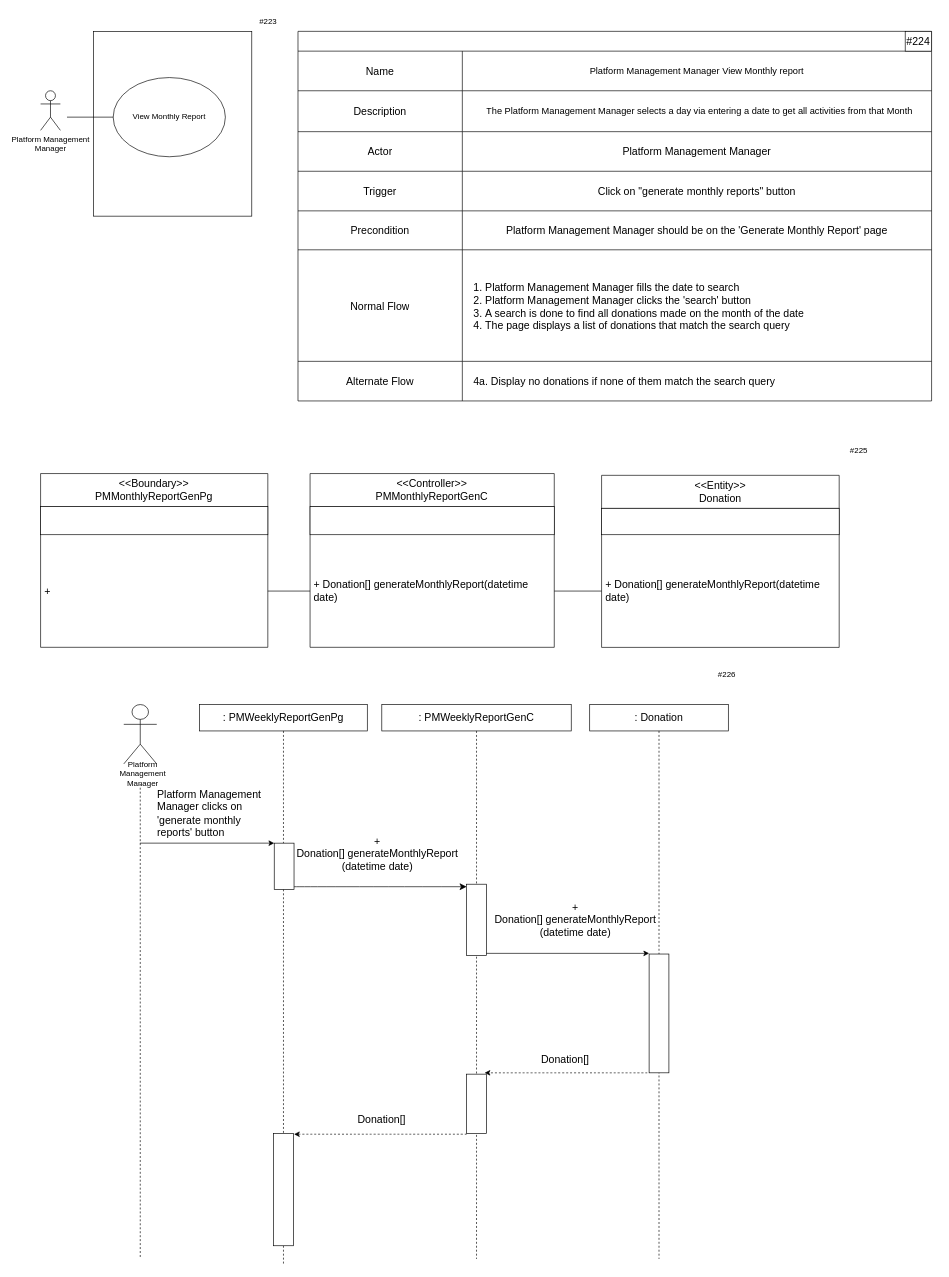
Earlier version of the draw.io diagram page "User Story #57" (8 of 10) of Diagrams/Project_Management_Diagrams.drawio (allanchia1-stack/brain-boost). Source tidied: cells renumbered, new cells numbered last; positions are measured from the earlier drawing's top-left corner, leaving out a move shared by most shapes. Both pictures are drawn from the tidied source at 66%, with x=0, y=0 at pixel (40, 11).
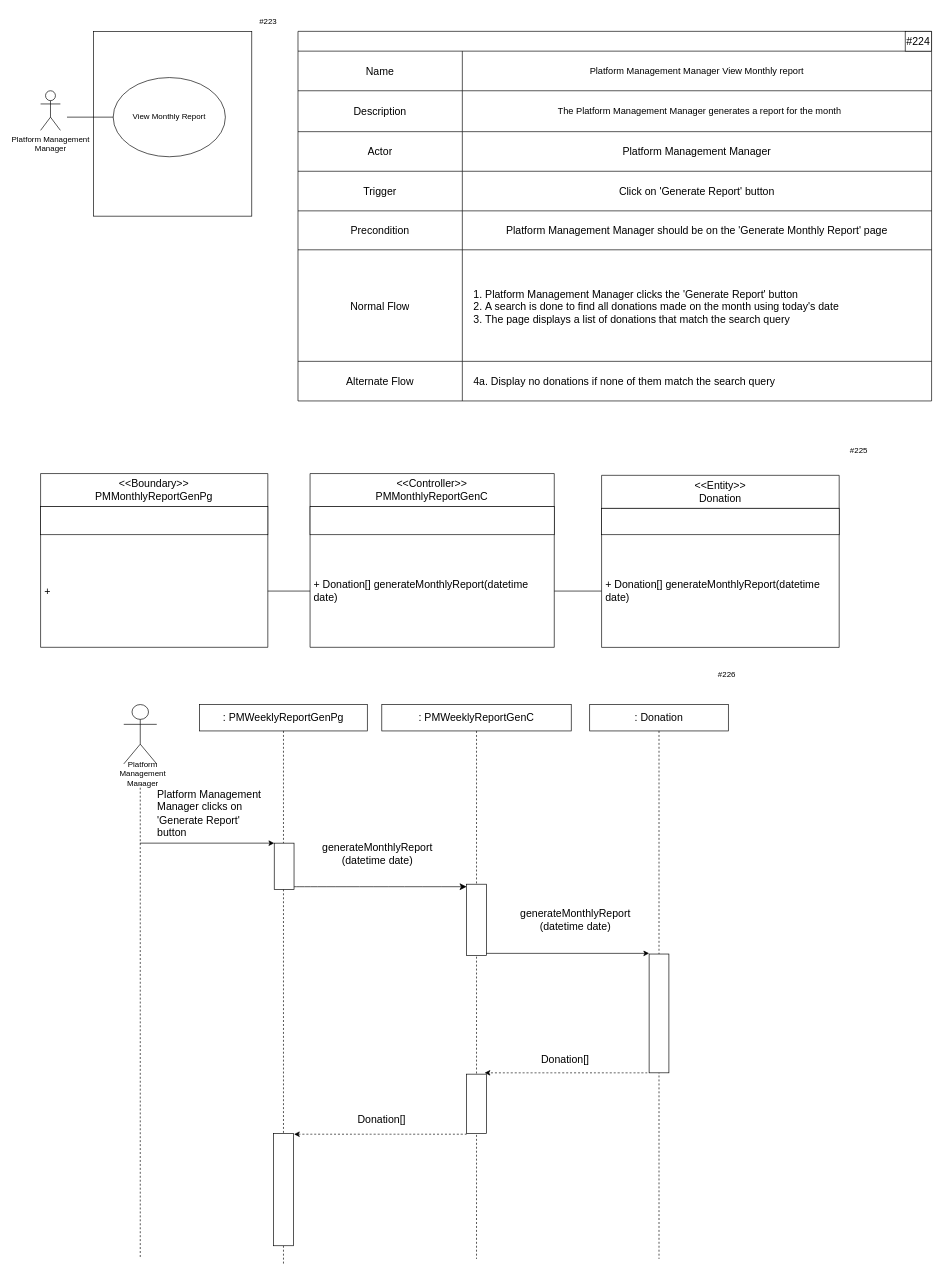
The same page after the edit.

The change refers to these unchanged cells:
```xml
<mxCell id="12" style="shape=tableRow;horizontal=0;startSize=0;swimlaneHead=0;swimlaneBody=0;strokeColor=inherit;top=0;left=0;bottom=0;right=0;fillColor=none;fontSize=16;spacingLeft=3;" parent="8" vertex="1">
  <mxGeometry y="90" width="960" height="62" as="geometry" />
</mxCell>
<mxCell id="18" style="shape=tableRow;horizontal=0;startSize=0;swimlaneHead=0;swimlaneBody=0;strokeColor=inherit;top=0;left=0;bottom=0;right=0;fillColor=none;fontSize=16;" parent="8" vertex="1">
  <mxGeometry y="212" width="960" height="60" as="geometry" />
</mxCell>
<mxCell id="24" style="shape=tableRow;horizontal=0;startSize=0;swimlaneHead=0;swimlaneBody=0;strokeColor=inherit;top=0;left=0;bottom=0;right=0;fillColor=none;fontSize=14;spacing=0;" parent="8" vertex="1">
  <mxGeometry y="331" width="960" height="169" as="geometry" />
</mxCell>
```

Diff of the diagram source:
```diff
@@
-    <mxCell id="14" value="&lt;div class=&quot;us-data&quot; style=&quot;text-align: left; box-sizing: border-box; margin: 0px; padding: 0px; border: 0px; font-variant-numeric: inherit; font-variant-east-asian: inherit; font-variant-alternates: inherit; font-variant-position: inherit; font-variant-emoji: inherit; font-stretch: inherit; line-height: inherit; font-optical-sizing: inherit; font-size-adjust: inherit; font-kerning: inherit; font-feature-settings: inherit; font-variation-settings: inherit; font-language-override: inherit; vertical-align: baseline; align-items: center; display: flex;&quot;&gt;&lt;font style=&quot;text-align: center;&quot;&gt;&lt;span style=&quot;font-family: Ubuntu-Regular, Arial, Helvetica, sans-serif; text-align: left;&quot;&gt;The&amp;nbsp;&lt;/span&gt;&lt;span style=&quot;white-space: nowrap;&quot;&gt;Platform Management Manager&lt;/span&gt;&lt;span style=&quot;font-family: Ubuntu-Regular, Arial, Helvetica, sans-serif; text-align: left;&quot;&gt;&amp;nbsp;selects a day via entering a date to get all activities from that Month&lt;/span&gt;&lt;/font&gt;&lt;p style=&quot;font-family: Ubuntu-Regular, Arial, Helvetica, sans-serif;&quot;&gt;&lt;/p&gt;&lt;p class=&quot;status-value&quot; style=&quot;font-family: inherit; color: rgb(0, 0, 0); box-sizing: border-box; margin: 0.25em 0px 0px auto; padding: 0px; border: 0px; font-style: inherit; font-variant: inherit; font-weight: inherit; font-stretch: inherit; line-height: 1.5; font-optical-sizing: inherit; font-size-adjust: inherit; font-kerning: inherit; font-feature-settings: inherit; font-variation-settings: inherit; font-language-override: inherit; vertical-align: baseline; text-transform: uppercase; width: fit-content;&quot;&gt;&lt;/p&gt;&lt;/div&gt;" style="shape=partialRectangle;html=1;whiteSpace=wrap;strokeColor=inherit;overflow=hidden;fillColor=none;top=0;left=0;bottom=0;right=0;fontSize=14;align=center;spacingLeft=8;" parent="12" vertex="1">
+    <mxCell id="14" value="&lt;div class=&quot;us-data&quot; style=&quot;text-align: left; box-sizing: border-box; margin: 0px; padding: 0px; border: 0px; font-variant-numeric: inherit; font-variant-east-asian: inherit; font-variant-alternates: inherit; font-variant-position: inherit; font-variant-emoji: inherit; font-stretch: inherit; line-height: inherit; font-optical-sizing: inherit; font-size-adjust: inherit; font-kerning: inherit; font-feature-settings: inherit; font-variation-settings: inherit; font-language-override: inherit; vertical-align: baseline; align-items: center; display: flex;&quot;&gt;&lt;font style=&quot;text-align: center;&quot;&gt;&lt;span style=&quot;font-family: Ubuntu-Regular, Arial, Helvetica, sans-serif; text-align: left;&quot;&gt;The &lt;/span&gt;&lt;span style=&quot;white-space: nowrap;&quot;&gt;Platform Management Manager&lt;/span&gt;&lt;span style=&quot;font-family: Ubuntu-Regular, Arial, Helvetica, sans-serif; text-align: left;&quot;&gt; generates a report for the month&lt;/span&gt;&lt;/font&gt;&lt;p style=&quot;font-family: Ubuntu-Regular, Arial, Helvetica, sans-serif;&quot;&gt;&lt;/p&gt;&lt;p class=&quot;status-value&quot; style=&quot;font-family: inherit; color: rgb(0, 0, 0); box-sizing: border-box; margin: 0.25em 0px 0px auto; padding: 0px; border: 0px; font-style: inherit; font-variant: inherit; font-weight: inherit; font-stretch: inherit; line-height: 1.5; font-optical-sizing: inherit; font-size-adjust: inherit; font-kerning: inherit; font-feature-settings: inherit; font-variation-settings: inherit; font-language-override: inherit; vertical-align: baseline; text-transform: uppercase; width: fit-content;&quot;&gt;&lt;/p&gt;&lt;/div&gt;" style="shape=partialRectangle;html=1;whiteSpace=wrap;strokeColor=inherit;overflow=hidden;fillColor=none;top=0;left=0;bottom=0;right=0;fontSize=14;align=center;spacingLeft=8;" parent="12" vertex="1">
       <mxGeometry x="249" width="711" height="62" as="geometry" />
     </mxCell>
@@
-    <mxCell id="20" value="Click on &quot;generate monthly reports&quot; button" style="shape=partialRectangle;html=1;whiteSpace=wrap;strokeColor=inherit;overflow=hidden;fillColor=none;top=0;left=0;bottom=0;right=0;fontSize=16;spacingLeft=0;" parent="18" vertex="1">
+    <mxCell id="20" value="Click on 'Generate Report' button" style="shape=partialRectangle;html=1;whiteSpace=wrap;strokeColor=inherit;overflow=hidden;fillColor=none;top=0;left=0;bottom=0;right=0;fontSize=16;spacingLeft=0;" parent="18" vertex="1">
       <mxGeometry x="249" width="711" height="60" as="geometry" />
     </mxCell>
@@
-    <mxCell id="26" value="&lt;ol&gt;&lt;li&gt;Platform Management Manager fills the date to search&lt;/li&gt;&lt;li&gt;Platform Management Manager clicks the 'search' button&lt;/li&gt;&lt;li&gt;A search is done to find all donations made on the month of the date&lt;/li&gt;&lt;li&gt;The page displays a list of donations that match the search query&lt;/li&gt;&lt;/ol&gt;" style="shape=partialRectangle;html=1;whiteSpace=wrap;strokeColor=inherit;overflow=hidden;fillColor=none;top=0;left=0;bottom=0;right=0;fontSize=16;spacingLeft=5;spacing=-10;spacingBottom=-3;align=left;" parent="24" vertex="1">
+    <mxCell id="26" value="&lt;ol&gt;&lt;li&gt;&lt;span style=&quot;background-color: transparent; color: light-dark(rgb(0, 0, 0), rgb(255, 255, 255));&quot;&gt;Platform Management Manager clicks the '&lt;span style=&quot;text-align: center;&quot;&gt;Generate Report&lt;/span&gt;' button&lt;/span&gt;&lt;/li&gt;&lt;li&gt;A search is done to find all donations made on the month using today's date&lt;/li&gt;&lt;li&gt;The page displays a list of donations that match the search query&lt;/li&gt;&lt;/ol&gt;" style="shape=partialRectangle;html=1;whiteSpace=wrap;strokeColor=inherit;overflow=hidden;fillColor=none;top=0;left=0;bottom=0;right=0;fontSize=16;spacingLeft=5;spacing=-10;spacingBottom=-3;align=left;" parent="24" vertex="1">
       <mxGeometry x="249" width="711" height="169" as="geometry" />
     </mxCell>
@@
-    <mxCell id="45" value="&lt;span style=&quot;text-align: left;&quot;&gt;+ Donation[]&amp;nbsp;&lt;/span&gt;&lt;span style=&quot;text-align: left;&quot;&gt;generateMonthlyReport&lt;/span&gt;&lt;div&gt;&lt;span style=&quot;text-align: left;&quot;&gt;(datetime date)&lt;/span&gt;&lt;/div&gt;" style="text;html=1;whiteSpace=wrap;strokeColor=none;fillColor=none;align=center;verticalAlign=middle;rounded=0;fontSize=16;" parent="1" vertex="1">
+    <mxCell id="45" value="&lt;span style=&quot;text-align: left;&quot;&gt;generateMonthlyReport&lt;/span&gt;&lt;div&gt;&lt;span style=&quot;text-align: left;&quot;&gt;(datetime date)&lt;/span&gt;&lt;/div&gt;" style="text;html=1;whiteSpace=wrap;strokeColor=none;fillColor=none;align=center;verticalAlign=middle;rounded=0;fontSize=16;" parent="1" vertex="1">
       <mxGeometry x="391" y="1230" width="239" height="92" as="geometry" />
     </mxCell>
@@
-    <mxCell id="51" value="&lt;span style=&quot;text-align: left;&quot;&gt;+ Donation[]&amp;nbsp;&lt;/span&gt;&lt;span style=&quot;text-align: left;&quot;&gt;generateMonthlyReport&lt;/span&gt;&lt;div&gt;&lt;span style=&quot;text-align: left;&quot;&gt;(datetime date)&lt;/span&gt;&lt;/div&gt;" style="text;html=1;whiteSpace=wrap;strokeColor=none;fillColor=none;align=center;verticalAlign=middle;rounded=0;fontSize=16;" parent="1" vertex="1">
+    <mxCell id="51" value="&lt;span style=&quot;text-align: left;&quot;&gt;generateMonthlyReport&lt;/span&gt;&lt;div&gt;&lt;span style=&quot;text-align: left;&quot;&gt;(datetime date)&lt;/span&gt;&lt;/div&gt;" style="text;html=1;whiteSpace=wrap;strokeColor=none;fillColor=none;align=center;verticalAlign=middle;rounded=0;fontSize=16;" parent="1" vertex="1">
       <mxGeometry x="690" y="1330" width="241" height="92" as="geometry" />
     </mxCell>
@@
-    <mxCell id="63" value="&lt;div style=&quot;text-align: left;&quot;&gt;&lt;span style=&quot;text-align: center;&quot;&gt;Platform Management Manager clicks on '&lt;/span&gt;&lt;span style=&quot;text-align: center;&quot;&gt;generate monthly reports&lt;/span&gt;&lt;span style=&quot;text-align: center;&quot;&gt;' button&lt;/span&gt;&lt;/div&gt;" style="text;html=1;whiteSpace=wrap;strokeColor=none;fillColor=none;align=center;verticalAlign=middle;rounded=0;fontSize=16;" parent="1" vertex="1">
+    <mxCell id="63" value="&lt;div style=&quot;text-align: left;&quot;&gt;&lt;span style=&quot;text-align: center;&quot;&gt;Platform Management Manager clicks on '&lt;/span&gt;&lt;span style=&quot;text-align: center;&quot;&gt;Generate Report&lt;/span&gt;&lt;span style=&quot;text-align: center;&quot;&gt;' button&lt;/span&gt;&lt;/div&gt;" style="text;html=1;whiteSpace=wrap;strokeColor=none;fillColor=none;align=center;verticalAlign=middle;rounded=0;fontSize=16;" parent="1" vertex="1">
       <mxGeometry x="176" y="1200" width="164" height="30" as="geometry" />
     </mxCell>
```
